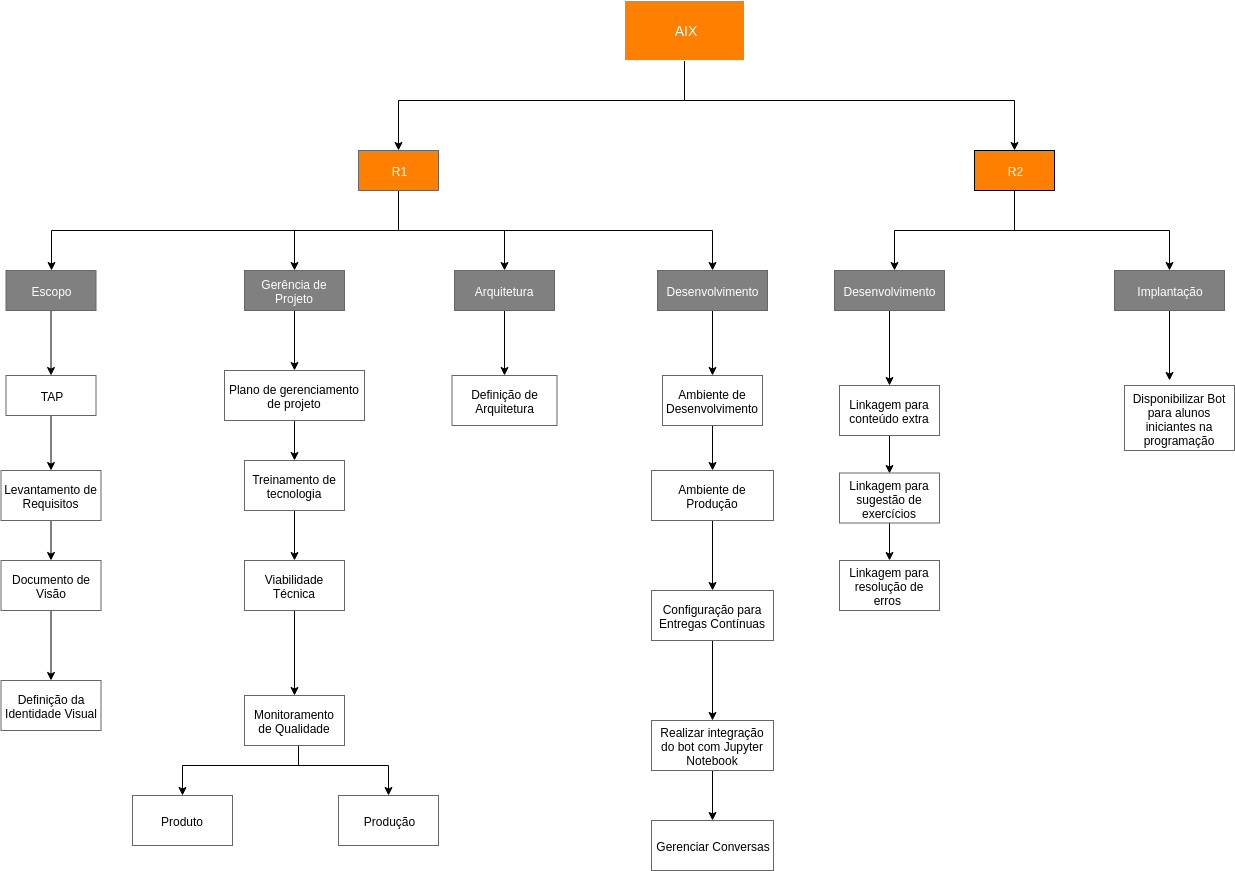
This is docs/assets/img/eap_Versao_1.2.png from fga-eps-mds/2019.1-Aix, a draw.io export, as it was before one commit. Source tidied: cells renumbered, new cells last; positions are measured from the earlier drawing's top-left corner, leaving out a move shared by most shapes. Its diagram source:
```xml
<mxGraphModel>
  <root>
    <mxCell id="0" />
    <mxCell id="1" parent="0" />
    <mxCell id="2" style="edgeStyle=orthogonalEdgeStyle;rounded=0;jettySize=auto;html=1;entryX=0.5;entryY=0;entryDx=0;entryDy=0;" parent="1" edge="1" source="4" target="9">
      <mxGeometry relative="1" as="geometry">
        <Array as="points">
          <mxPoint x="684" y="100" />
          <mxPoint x="398" y="100" />
        </Array>
      </mxGeometry>
    </mxCell>
    <mxCell id="3" style="edgeStyle=orthogonalEdgeStyle;rounded=0;jettySize=auto;html=1;entryX=0.5;entryY=0;entryDx=0;entryDy=0;" parent="1" edge="1" source="4" target="12">
      <mxGeometry relative="1" as="geometry">
        <Array as="points">
          <mxPoint x="684" y="100" />
          <mxPoint x="1014" y="100" />
        </Array>
      </mxGeometry>
    </mxCell>
    <mxCell id="4" value="&lt;font style=&quot;font-size: 14px&quot; color=&quot;#ffffff&quot;&gt;AIX&lt;/font&gt;&lt;br&gt;" style="rounded=0;whiteSpace=wrap;html=1;fillColor=#FF8000;strokeColor=#FFFFFF;" parent="1" vertex="1">
      <mxGeometry x="624" width="120" height="60" as="geometry" />
    </mxCell>
    <mxCell id="5" style="edgeStyle=orthogonalEdgeStyle;rounded=0;jettySize=auto;html=1;entryX=0.5;entryY=0;entryDx=0;entryDy=0;" parent="1" edge="1" source="9" target="14">
      <mxGeometry relative="1" as="geometry">
        <Array as="points">
          <mxPoint x="398" y="230" />
          <mxPoint x="51" y="230" />
        </Array>
      </mxGeometry>
    </mxCell>
    <mxCell id="6" style="edgeStyle=orthogonalEdgeStyle;rounded=0;jettySize=auto;html=1;" parent="1" edge="1" source="9" target="16">
      <mxGeometry relative="1" as="geometry">
        <Array as="points">
          <mxPoint x="398" y="230" />
          <mxPoint x="294" y="230" />
        </Array>
      </mxGeometry>
    </mxCell>
    <mxCell id="7" style="edgeStyle=orthogonalEdgeStyle;rounded=0;jettySize=auto;html=1;" parent="1" edge="1" source="9" target="18">
      <mxGeometry relative="1" as="geometry">
        <Array as="points">
          <mxPoint x="398" y="230" />
          <mxPoint x="504" y="230" />
        </Array>
      </mxGeometry>
    </mxCell>
    <mxCell id="8" style="edgeStyle=orthogonalEdgeStyle;rounded=0;jettySize=auto;html=1;" parent="1" edge="1" source="9" target="20">
      <mxGeometry relative="1" as="geometry">
        <Array as="points">
          <mxPoint x="398" y="230" />
          <mxPoint x="712" y="230" />
        </Array>
      </mxGeometry>
    </mxCell>
    <mxCell id="9" value="&lt;font color=&quot;#ffffff&quot;&gt;R1&lt;/font&gt;" style="rounded=0;whiteSpace=wrap;html=1;fillColor=#FF8000;strokeColor=#666666;fontColor=#333333;" parent="1" vertex="1">
      <mxGeometry x="358" y="150" width="80" height="40" as="geometry" />
    </mxCell>
    <mxCell id="10" style="edgeStyle=orthogonalEdgeStyle;rounded=0;jettySize=auto;html=1;" parent="1" edge="1" source="12" target="50">
      <mxGeometry relative="1" as="geometry">
        <Array as="points">
          <mxPoint x="1014" y="230" />
          <mxPoint x="894" y="230" />
        </Array>
      </mxGeometry>
    </mxCell>
    <mxCell id="11" style="edgeStyle=orthogonalEdgeStyle;rounded=0;jettySize=auto;html=1;entryX=0.5;entryY=0;entryDx=0;entryDy=0;" parent="1" edge="1" source="12" target="52">
      <mxGeometry relative="1" as="geometry">
        <Array as="points">
          <mxPoint x="1014" y="230" />
          <mxPoint x="1169" y="230" />
        </Array>
      </mxGeometry>
    </mxCell>
    <mxCell id="12" value="&lt;font color=&quot;#ffffff&quot;&gt;R2&lt;/font&gt;" style="rounded=0;whiteSpace=wrap;html=1;fillColor=#FF8000;" parent="1" vertex="1">
      <mxGeometry x="974" y="150" width="80" height="40" as="geometry" />
    </mxCell>
    <mxCell id="13" style="edgeStyle=orthogonalEdgeStyle;rounded=0;jettySize=auto;html=1;" parent="1" edge="1" source="14" target="22">
      <mxGeometry relative="1" as="geometry" />
    </mxCell>
    <mxCell id="14" value="&lt;font color=&quot;#ffffff&quot;&gt;Escopo&lt;br&gt;&lt;/font&gt;" style="rounded=0;whiteSpace=wrap;html=1;fillColor=#808080;strokeColor=#666666;fontColor=#333333;" parent="1" vertex="1">
      <mxGeometry x="5.5" y="270" width="90" height="40" as="geometry" />
    </mxCell>
    <mxCell id="15" style="edgeStyle=orthogonalEdgeStyle;rounded=0;jettySize=auto;html=1;entryX=0.5;entryY=0;entryDx=0;entryDy=0;" parent="1" edge="1" source="16" target="29">
      <mxGeometry relative="1" as="geometry" />
    </mxCell>
    <mxCell id="16" value="&lt;font color=&quot;#ffffff&quot;&gt;Gerência de Projeto&lt;br&gt;&lt;/font&gt;" style="rounded=0;whiteSpace=wrap;html=1;fillColor=#808080;strokeColor=#666666;fontColor=#333333;" parent="1" vertex="1">
      <mxGeometry x="244" y="270" width="100" height="40" as="geometry" />
    </mxCell>
    <mxCell id="17" style="edgeStyle=orthogonalEdgeStyle;rounded=0;jettySize=auto;html=1;" parent="1" edge="1" source="18" target="39">
      <mxGeometry relative="1" as="geometry" />
    </mxCell>
    <mxCell id="18" value="&lt;font color=&quot;#ffffff&quot;&gt;Arquitetura&lt;br&gt;&lt;/font&gt;" style="rounded=0;whiteSpace=wrap;html=1;fillColor=#808080;strokeColor=#666666;fontColor=#333333;" parent="1" vertex="1">
      <mxGeometry x="454" y="270" width="100" height="40" as="geometry" />
    </mxCell>
    <mxCell id="19" style="edgeStyle=orthogonalEdgeStyle;rounded=0;jettySize=auto;html=1;" parent="1" edge="1" source="20" target="41">
      <mxGeometry relative="1" as="geometry" />
    </mxCell>
    <mxCell id="20" value="&lt;font color=&quot;#ffffff&quot;&gt;Desenvolvimento&lt;br&gt;&lt;/font&gt;" style="rounded=0;whiteSpace=wrap;html=1;fillColor=#808080;strokeColor=#666666;fontColor=#333333;" parent="1" vertex="1">
      <mxGeometry x="657" y="270" width="110" height="40" as="geometry" />
    </mxCell>
    <mxCell id="21" style="edgeStyle=orthogonalEdgeStyle;rounded=0;jettySize=auto;html=1;" parent="1" edge="1" source="22" target="24">
      <mxGeometry relative="1" as="geometry" />
    </mxCell>
    <mxCell id="22" value="&lt;font color=&quot;#000000&quot;&gt;TAP&lt;/font&gt;" style="rounded=0;whiteSpace=wrap;html=1;fillColor=#FFFFFF;strokeColor=#666666;fontColor=#333333;" parent="1" vertex="1">
      <mxGeometry x="5.5" y="375" width="90" height="40" as="geometry" />
    </mxCell>
    <mxCell id="23" style="edgeStyle=orthogonalEdgeStyle;rounded=0;jettySize=auto;html=1;" parent="1" edge="1" source="24" target="26">
      <mxGeometry relative="1" as="geometry" />
    </mxCell>
    <mxCell id="24" value="&lt;font color=&quot;#000000&quot;&gt;Levantamento de&lt;br&gt;Requisitos&lt;/font&gt;" style="rounded=0;whiteSpace=wrap;html=1;fillColor=#FFFFFF;strokeColor=#666666;fontColor=#333333;" parent="1" vertex="1">
      <mxGeometry x="0.5" y="470" width="100" height="50" as="geometry" />
    </mxCell>
    <mxCell id="25" style="edgeStyle=orthogonalEdgeStyle;rounded=0;jettySize=auto;html=1;" parent="1" edge="1" source="26" target="27">
      <mxGeometry relative="1" as="geometry" />
    </mxCell>
    <mxCell id="26" value="&lt;font color=&quot;#000000&quot;&gt;Documento de Visão&lt;/font&gt;" style="rounded=0;whiteSpace=wrap;html=1;fillColor=#FFFFFF;strokeColor=#666666;fontColor=#333333;" parent="1" vertex="1">
      <mxGeometry x="0.5" y="560" width="100" height="50" as="geometry" />
    </mxCell>
    <mxCell id="27" value="&lt;font color=&quot;#000000&quot;&gt;Definição da Identidade Visual&lt;/font&gt;" style="rounded=0;whiteSpace=wrap;html=1;fillColor=#FFFFFF;strokeColor=#666666;fontColor=#333333;" parent="1" vertex="1">
      <mxGeometry x="0.5" y="680" width="100" height="50" as="geometry" />
    </mxCell>
    <mxCell id="28" style="edgeStyle=orthogonalEdgeStyle;rounded=0;jettySize=auto;html=1;" parent="1" edge="1" source="29" target="31">
      <mxGeometry relative="1" as="geometry" />
    </mxCell>
    <mxCell id="29" value="&lt;font color=&quot;#000000&quot;&gt;Plano de gerenciamento de projeto&lt;/font&gt;" style="rounded=0;whiteSpace=wrap;html=1;fillColor=#FFFFFF;strokeColor=#666666;fontColor=#333333;" parent="1" vertex="1">
      <mxGeometry x="224" y="370" width="140" height="50" as="geometry" />
    </mxCell>
    <mxCell id="30" style="edgeStyle=orthogonalEdgeStyle;rounded=0;jettySize=auto;html=1;" parent="1" edge="1" source="31" target="33">
      <mxGeometry relative="1" as="geometry" />
    </mxCell>
    <mxCell id="31" value="&lt;font color=&quot;#000000&quot;&gt;Treinamento de tecnologia&lt;br&gt;&lt;/font&gt;" style="rounded=0;whiteSpace=wrap;html=1;fillColor=#FFFFFF;strokeColor=#666666;fontColor=#333333;" parent="1" vertex="1">
      <mxGeometry x="244" y="460" width="100" height="50" as="geometry" />
    </mxCell>
    <mxCell id="32" style="edgeStyle=orthogonalEdgeStyle;rounded=0;jettySize=auto;html=1;" parent="1" edge="1" source="33" target="36">
      <mxGeometry relative="1" as="geometry" />
    </mxCell>
    <mxCell id="33" value="&lt;font color=&quot;#000000&quot;&gt;Viabilidade Técnica&lt;br&gt;&lt;/font&gt;" style="rounded=0;whiteSpace=wrap;html=1;fillColor=#FFFFFF;strokeColor=#666666;fontColor=#333333;" parent="1" vertex="1">
      <mxGeometry x="244" y="560" width="100" height="50" as="geometry" />
    </mxCell>
    <mxCell id="34" style="edgeStyle=orthogonalEdgeStyle;rounded=0;jettySize=auto;html=1;" parent="1" edge="1" source="36" target="37">
      <mxGeometry relative="1" as="geometry">
        <Array as="points">
          <mxPoint x="298" y="765" />
          <mxPoint x="182" y="765" />
        </Array>
      </mxGeometry>
    </mxCell>
    <mxCell id="35" style="edgeStyle=orthogonalEdgeStyle;rounded=0;jettySize=auto;html=1;entryX=0.5;entryY=0;entryDx=0;entryDy=0;" parent="1" edge="1" source="36" target="38">
      <mxGeometry relative="1" as="geometry">
        <Array as="points">
          <mxPoint x="298" y="765" />
          <mxPoint x="388" y="765" />
        </Array>
      </mxGeometry>
    </mxCell>
    <mxCell id="36" value="&lt;font color=&quot;#000000&quot;&gt;Monitoramento de Qualidade&lt;br&gt;&lt;/font&gt;" style="rounded=0;whiteSpace=wrap;html=1;fillColor=#FFFFFF;strokeColor=#666666;fontColor=#333333;" parent="1" vertex="1">
      <mxGeometry x="244" y="695" width="100" height="50" as="geometry" />
    </mxCell>
    <mxCell id="37" value="&lt;font color=&quot;#000000&quot;&gt;Produto&lt;br&gt;&lt;/font&gt;" style="rounded=0;whiteSpace=wrap;html=1;fillColor=#FFFFFF;strokeColor=#666666;fontColor=#333333;" parent="1" vertex="1">
      <mxGeometry x="132" y="795" width="100" height="50" as="geometry" />
    </mxCell>
    <mxCell id="38" value="&lt;font color=&quot;#000000&quot;&gt;Produção&lt;br&gt;&lt;/font&gt;" style="rounded=0;whiteSpace=wrap;html=1;fillColor=#FFFFFF;strokeColor=#666666;fontColor=#333333;" parent="1" vertex="1">
      <mxGeometry x="338" y="795" width="100" height="50" as="geometry" />
    </mxCell>
    <mxCell id="39" value="&lt;font color=&quot;#000000&quot;&gt;Definição de Arquitetura&lt;/font&gt;" style="rounded=0;whiteSpace=wrap;html=1;fillColor=#FFFFFF;strokeColor=#666666;fontColor=#333333;" parent="1" vertex="1">
      <mxGeometry x="451.5" y="375" width="105" height="50" as="geometry" />
    </mxCell>
    <mxCell id="40" style="edgeStyle=orthogonalEdgeStyle;rounded=0;jettySize=auto;html=1;" parent="1" edge="1" source="41">
      <mxGeometry relative="1" as="geometry">
        <mxPoint x="712" y="470" as="targetPoint" />
      </mxGeometry>
    </mxCell>
    <mxCell id="41" value="&lt;font color=&quot;#000000&quot;&gt;Ambiente de Desenvolvimento&lt;/font&gt;" style="rounded=0;whiteSpace=wrap;html=1;fillColor=#FFFFFF;strokeColor=#666666;fontColor=#333333;" parent="1" vertex="1">
      <mxGeometry x="662" y="375" width="100" height="50" as="geometry" />
    </mxCell>
    <mxCell id="42" style="edgeStyle=orthogonalEdgeStyle;rounded=0;jettySize=auto;html=1;" parent="1" edge="1" source="43" target="45">
      <mxGeometry relative="1" as="geometry" />
    </mxCell>
    <mxCell id="43" value="&lt;font color=&quot;#000000&quot;&gt;Ambiente de Produção&lt;/font&gt;" style="rounded=0;whiteSpace=wrap;html=1;fillColor=#FFFFFF;strokeColor=#666666;fontColor=#333333;" parent="1" vertex="1">
      <mxGeometry x="651" y="470" width="122" height="50" as="geometry" />
    </mxCell>
    <mxCell id="44" style="edgeStyle=orthogonalEdgeStyle;rounded=0;jettySize=auto;html=1;" parent="1" edge="1" source="45" target="47">
      <mxGeometry relative="1" as="geometry" />
    </mxCell>
    <mxCell id="45" value="&lt;font color=&quot;#000000&quot;&gt;Configuração para Entregas Contínuas&lt;/font&gt;" style="rounded=0;whiteSpace=wrap;html=1;fillColor=#FFFFFF;strokeColor=#666666;fontColor=#333333;" parent="1" vertex="1">
      <mxGeometry x="651" y="590" width="122" height="50" as="geometry" />
    </mxCell>
    <mxCell id="46" style="edgeStyle=orthogonalEdgeStyle;rounded=0;jettySize=auto;html=1;" parent="1" edge="1" source="47" target="48">
      <mxGeometry relative="1" as="geometry" />
    </mxCell>
    <mxCell id="47" value="&lt;font color=&quot;#000000&quot;&gt;Realizar integração do bot com Jupyter Notebook&lt;/font&gt;" style="rounded=0;whiteSpace=wrap;html=1;fillColor=#FFFFFF;strokeColor=#666666;fontColor=#333333;" parent="1" vertex="1">
      <mxGeometry x="651" y="720" width="122" height="50" as="geometry" />
    </mxCell>
    <mxCell id="48" value="&lt;font color=&quot;#000000&quot;&gt;Gerenciar Conversas&lt;/font&gt;" style="rounded=0;whiteSpace=wrap;html=1;fillColor=#FFFFFF;strokeColor=#666666;fontColor=#333333;" parent="1" vertex="1">
      <mxGeometry x="651" y="820" width="122" height="50" as="geometry" />
    </mxCell>
    <mxCell id="49" style="edgeStyle=orthogonalEdgeStyle;rounded=0;jettySize=auto;html=1;entryX=0.5;entryY=0;entryDx=0;entryDy=0;" parent="1" edge="1" source="50" target="54">
      <mxGeometry relative="1" as="geometry" />
    </mxCell>
    <mxCell id="50" value="&lt;font color=&quot;#ffffff&quot;&gt;Desenvolvimento&lt;br&gt;&lt;/font&gt;" style="rounded=0;whiteSpace=wrap;html=1;fillColor=#808080;strokeColor=#666666;fontColor=#333333;" parent="1" vertex="1">
      <mxGeometry x="834" y="270" width="110" height="40" as="geometry" />
    </mxCell>
    <mxCell id="51" style="edgeStyle=orthogonalEdgeStyle;rounded=0;jettySize=auto;html=1;" parent="1" edge="1" source="52">
      <mxGeometry relative="1" as="geometry">
        <mxPoint x="1169" y="380" as="targetPoint" />
      </mxGeometry>
    </mxCell>
    <mxCell id="52" value="&lt;font color=&quot;#ffffff&quot;&gt;Implantação&lt;br&gt;&lt;/font&gt;" style="rounded=0;whiteSpace=wrap;html=1;fillColor=#808080;strokeColor=#666666;fontColor=#333333;" parent="1" vertex="1">
      <mxGeometry x="1114" y="270" width="110" height="40" as="geometry" />
    </mxCell>
    <mxCell id="53" style="edgeStyle=orthogonalEdgeStyle;rounded=0;jettySize=auto;html=1;entryX=0.5;entryY=0;entryDx=0;entryDy=0;" parent="1" edge="1" source="54" target="56">
      <mxGeometry relative="1" as="geometry" />
    </mxCell>
    <mxCell id="54" value="&lt;font color=&quot;#000000&quot;&gt;Linkagem para conteúdo extra&lt;/font&gt;" style="rounded=0;whiteSpace=wrap;html=1;fillColor=#FFFFFF;strokeColor=#666666;fontColor=#333333;" parent="1" vertex="1">
      <mxGeometry x="839" y="385" width="100" height="50" as="geometry" />
    </mxCell>
    <mxCell id="55" style="edgeStyle=orthogonalEdgeStyle;rounded=0;jettySize=auto;html=1;entryX=0.5;entryY=0;entryDx=0;entryDy=0;" parent="1" edge="1" source="56" target="57">
      <mxGeometry relative="1" as="geometry" />
    </mxCell>
    <mxCell id="56" value="&lt;font color=&quot;#000000&quot;&gt;Linkagem para sugestão de exercícios&lt;/font&gt;" style="rounded=0;whiteSpace=wrap;html=1;fillColor=#FFFFFF;strokeColor=#666666;fontColor=#333333;" parent="1" vertex="1">
      <mxGeometry x="839" y="472.5" width="100" height="50" as="geometry" />
    </mxCell>
    <mxCell id="57" value="&lt;font color=&quot;#000000&quot;&gt;Linkagem para resolução de erros&amp;nbsp;&lt;/font&gt;" style="rounded=0;whiteSpace=wrap;html=1;fillColor=#FFFFFF;strokeColor=#666666;fontColor=#333333;" parent="1" vertex="1">
      <mxGeometry x="839" y="560" width="100" height="50" as="geometry" />
    </mxCell>
    <mxCell id="58" value="&lt;font color=&quot;#000000&quot;&gt;Disponibilizar Bot para alunos iniciantes na programação&lt;/font&gt;" style="rounded=0;whiteSpace=wrap;html=1;fillColor=#FFFFFF;strokeColor=#666666;fontColor=#333333;" parent="1" vertex="1">
      <mxGeometry x="1124" y="385" width="110" height="65" as="geometry" />
    </mxCell>
  </root>
</mxGraphModel>
```
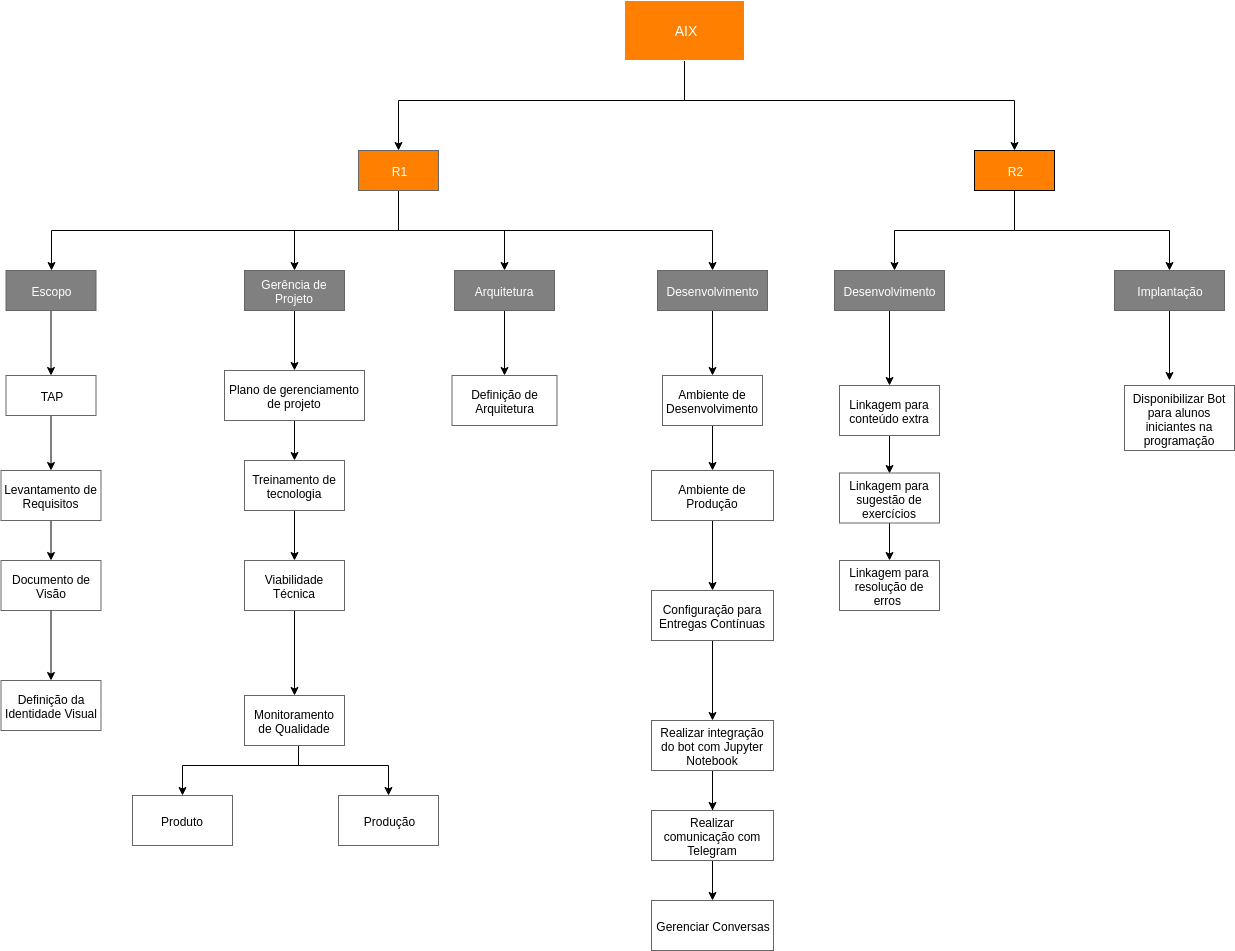
After the commit.

Diff of the diagram source:
```diff
@@ -189,11 +189,16 @@
     <mxCell id="46" style="edgeStyle=orthogonalEdgeStyle;rounded=0;jettySize=auto;html=1;" parent="1" edge="1" source="47" target="48">
       <mxGeometry relative="1" as="geometry" />
     </mxCell>
+    <mxCell id="59" style="edgeStyle=orthogonalEdgeStyle;rounded=0;jettySize=auto;html=1;" parent="1" edge="1" source="47">
+      <mxGeometry relative="1" as="geometry">
+        <mxPoint x="712" y="810" as="targetPoint" />
+      </mxGeometry>
+    </mxCell>
     <mxCell id="47" value="&lt;font color=&quot;#000000&quot;&gt;Realizar integração do bot com Jupyter Notebook&lt;/font&gt;" style="rounded=0;whiteSpace=wrap;html=1;fillColor=#FFFFFF;strokeColor=#666666;fontColor=#333333;" parent="1" vertex="1">
       <mxGeometry x="651" y="720" width="122" height="50" as="geometry" />
     </mxCell>
     <mxCell id="48" value="&lt;font color=&quot;#000000&quot;&gt;Gerenciar Conversas&lt;/font&gt;" style="rounded=0;whiteSpace=wrap;html=1;fillColor=#FFFFFF;strokeColor=#666666;fontColor=#333333;" parent="1" vertex="1">
-      <mxGeometry x="651" y="820" width="122" height="50" as="geometry" />
+      <mxGeometry x="651" y="900" width="122" height="50" as="geometry" />
     </mxCell>
     <mxCell id="49" style="edgeStyle=orthogonalEdgeStyle;rounded=0;jettySize=auto;html=1;entryX=0.5;entryY=0;entryDx=0;entryDy=0;" parent="1" edge="1" source="50" target="54">
       <mxGeometry relative="1" as="geometry" />
@@ -227,5 +232,8 @@
     <mxCell id="58" value="&lt;font color=&quot;#000000&quot;&gt;Disponibilizar Bot para alunos iniciantes na programação&lt;/font&gt;" style="rounded=0;whiteSpace=wrap;html=1;fillColor=#FFFFFF;strokeColor=#666666;fontColor=#333333;" parent="1" vertex="1">
       <mxGeometry x="1124" y="385" width="110" height="65" as="geometry" />
     </mxCell>
+    <mxCell id="60" value="&lt;font color=&quot;#000000&quot;&gt;Realizar comunicação com Telegram&lt;/font&gt;" style="rounded=0;whiteSpace=wrap;html=1;fillColor=#FFFFFF;strokeColor=#666666;fontColor=#333333;" parent="1" vertex="1">
+      <mxGeometry x="651" y="810" width="122" height="50" as="geometry" />
+    </mxCell>
   </root>
 </mxGraphModel>
```
